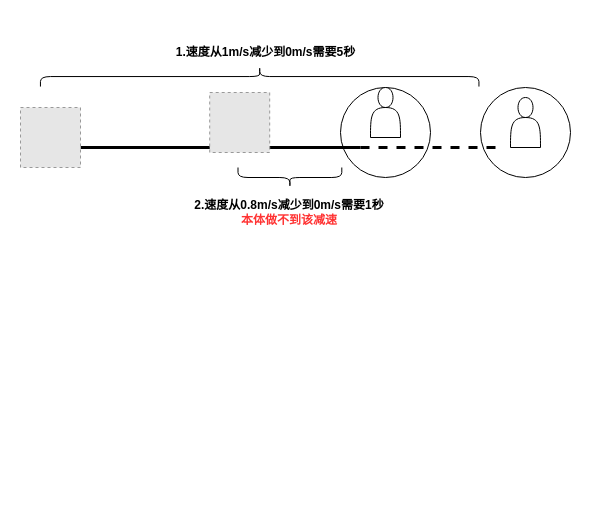
Earlier version of the draw.io diagram WorkSpace/ObjectTrack/碰撞问题分析.drawio (mailonghua/drawio). Source tidied: cells renumbered, new cells numbered last; positions are measured from the earlier drawing's top-left corner, leaving out a move shared by most shapes. Both pictures are drawn from the tidied source at 100%, with x=0, y=0 at pixel (20, -143). Pictures stored in the file or linked from it are replaced by grey dashed boxes.
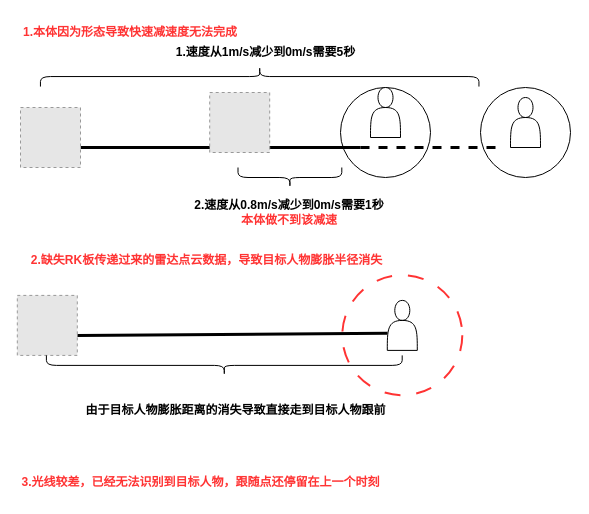
Above is the later version.

Commit message:
更新碰撞问题分析.drawio

What changed in the source:
```diff
@@
+    <mxCell id="14" style="ellipse;whiteSpace=wrap;html=1;dashed=1;dashPattern=8 8;strokeColor=#FF3333;strokeWidth=2;" parent="1" vertex="1">
+      <mxGeometry x="321.8" y="417.7" width="120" height="120" as="geometry" />
+    </mxCell>
+    <mxCell id="15" style="endArrow=none;html=1;rounded=0;strokeWidth=3;entryX=0.008;entryY=0.657;entryDx=0;entryDy=0;entryPerimeter=0;" parent="1" edge="1" target="16">
+      <mxGeometry relative="1" as="geometry">
+        <mxPoint x="56.8" y="477.9" as="sourcePoint" />
+      </mxGeometry>
+    </mxCell>
+    <mxCell id="16" style="shape=actor;whiteSpace=wrap;html=1;" parent="1" vertex="1">
+      <mxGeometry x="366.8" y="442.9" width="30" height="50" as="geometry" />
+    </mxCell>
+    <mxCell id="17" style="fillColor=#E6E6E6;strokeColor=#999999;dashed=1;verticalLabelPosition=bottom;verticalAlign=top;" parent="1" vertex="1">
+      <mxGeometry x="-3.2" y="437.9" width="60" height="60" as="geometry" />
+    </mxCell>
+    <mxCell id="18" style="shape=curlyBracket;whiteSpace=wrap;html=1;rounded=1;labelPosition=left;verticalLabelPosition=middle;align=right;verticalAlign=middle;rotation=-90;" parent="1" vertex="1">
+      <mxGeometry x="193.8" y="330" width="20" height="355.8" as="geometry" />
+    </mxCell>
+    <mxCell id="19" value="由于目标人物膨胀距离的消失导致直接走到目标人物跟前" style="text;html=1;whiteSpace=wrap;strokeColor=none;fillColor=none;align=center;verticalAlign=middle;rounded=0;fontStyle=1;" parent="1" vertex="1">
+      <mxGeometry x="46.3" y="537.7" width="339.4" height="30" as="geometry" />
+    </mxCell>
+    <mxCell id="20" value="1.本体因为形态导致快速减速度无法完成" style="text;html=1;whiteSpace=wrap;strokeColor=none;fillColor=none;align=center;verticalAlign=middle;rounded=0;fontStyle=1;fontColor=#FF3333;" parent="1" vertex="1">
+      <mxGeometry y="160" width="220" height="30" as="geometry" />
+    </mxCell>
+    <mxCell id="21" value="2.缺失RK板传递过来的雷达点云数据，导致目标人物膨胀半径消失" style="text;html=1;whiteSpace=wrap;strokeColor=none;fillColor=none;align=center;verticalAlign=middle;rounded=0;fontStyle=1;fontColor=#FF3333;" parent="1" vertex="1">
+      <mxGeometry x="6" y="387.7" width="360.8" height="30" as="geometry" />
+    </mxCell>
+    <mxCell id="22" value="3.光线较差，已经无法识别到目标人物，跟随点还停留在上一个时刻" style="text;html=1;whiteSpace=wrap;strokeColor=none;fillColor=none;align=center;verticalAlign=middle;rounded=0;fontStyle=1;fontColor=#FF3333;" parent="1" vertex="1">
+      <mxGeometry y="610" width="360.8" height="30" as="geometry" />
+    </mxCell>
```
